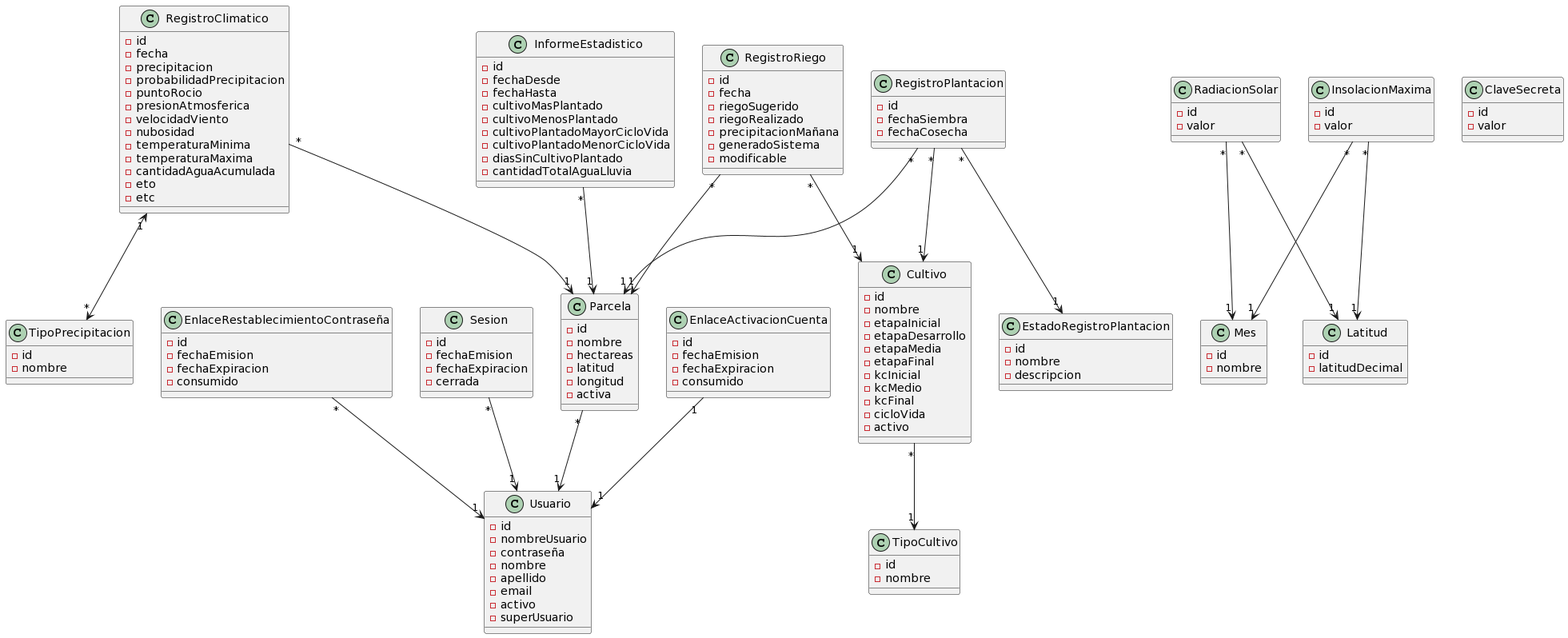
Before: domain model/Modelo de dominio.png, a diagram exported from PlantUML (facundopaez-dev/sistema-web-riego).
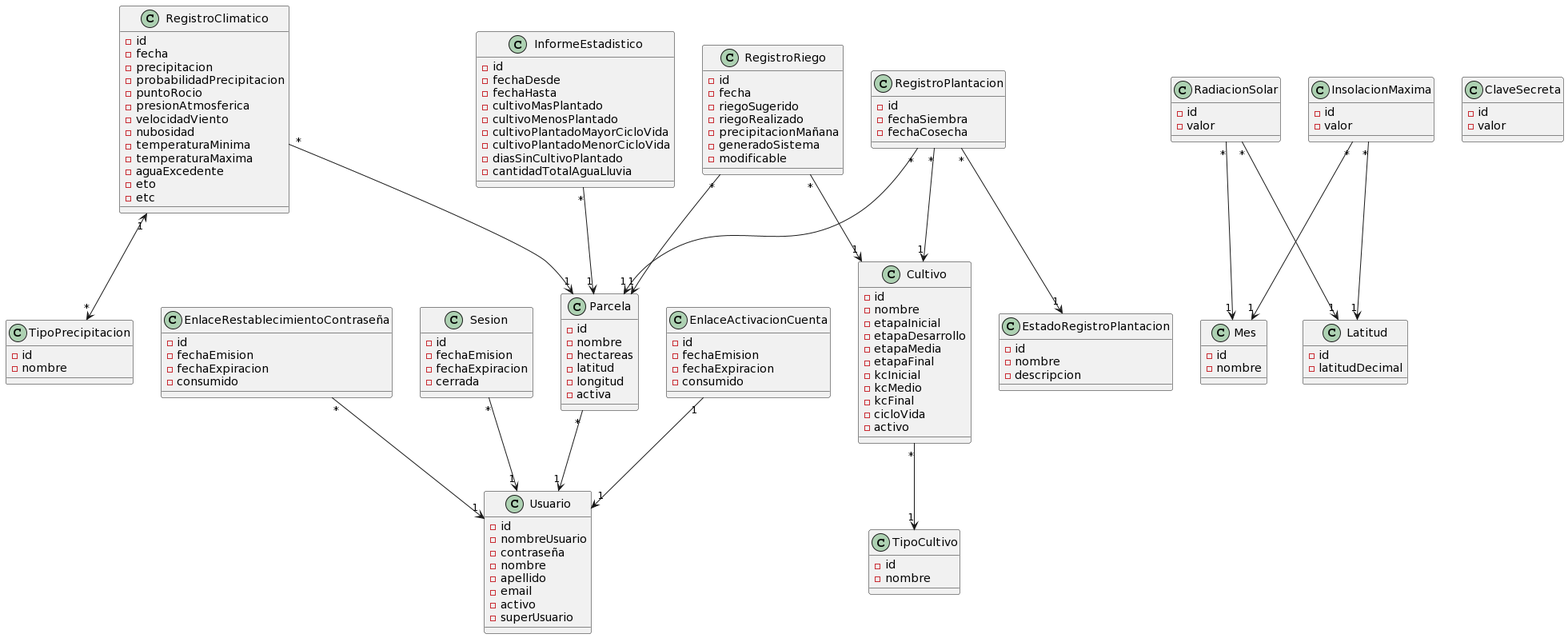
After the commit.

Diff of the diagram source:
```diff
@@ -68,7 +68,7 @@
 -nubosidad
 -temperaturaMinima
 -temperaturaMaxima
--cantidadAguaAcumulada
+-aguaExcedente
 -eto
 -etc
 }
```
